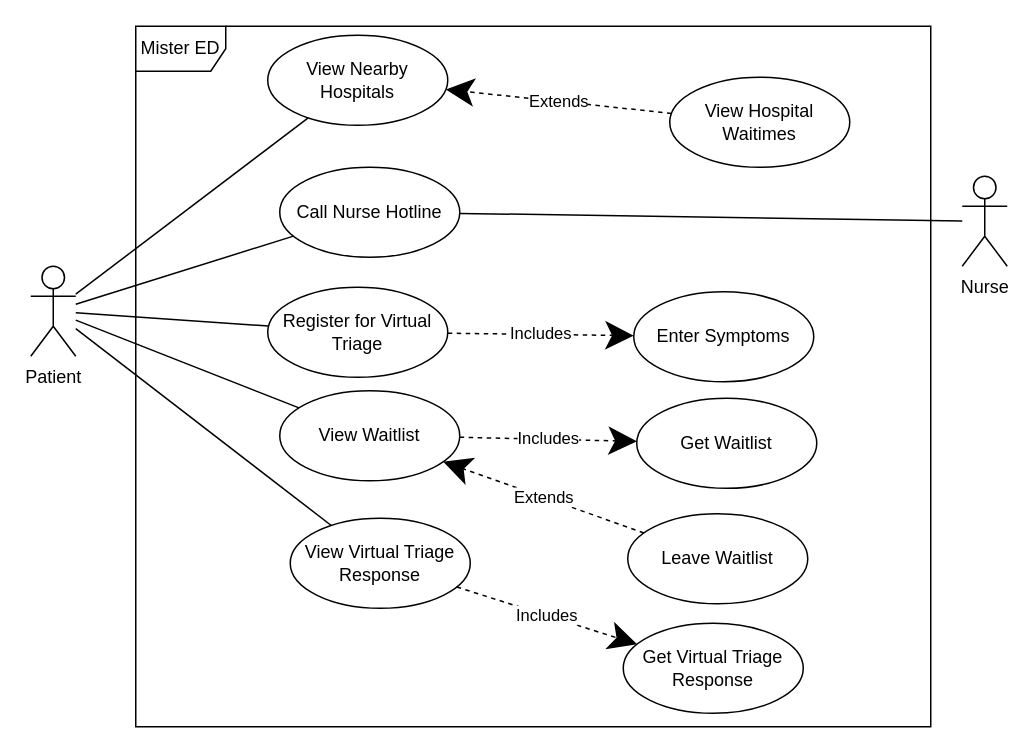
This is AmirWork/M3/PatientUseCaseDiagramV2.drawio from SENG-350-2024-fall/Team9, a draw.io file, before an edit. Source tidied: cells renumbered, new cells numbered last; positions are measured from the earlier drawing's top-left corner, leaving out a move shared by most shapes. Both pictures are drawn from the tidied source at 150%, with x=0, y=0 at pixel (30, 26).
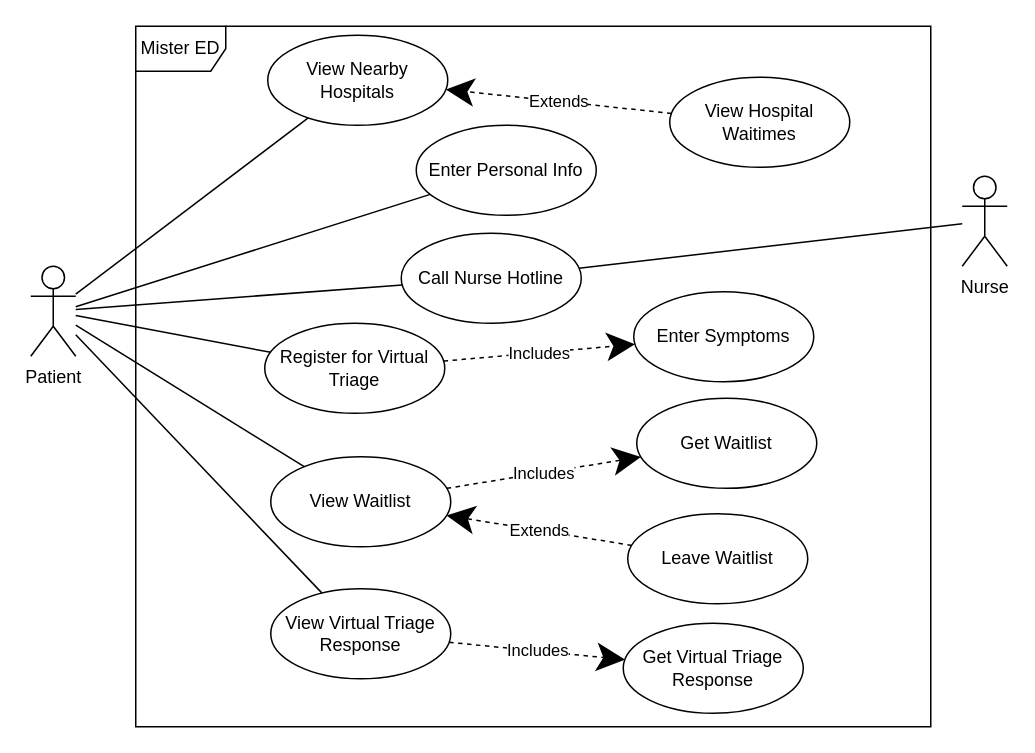
Above is the later version.

The edit, as a diff of the source:
```diff
@@
     <mxCell id="3" value="Call Nurse Hotline" style="ellipse;whiteSpace=wrap;html=1;" parent="1" vertex="1">
-      <mxGeometry x="166" y="94" width="120" height="60" as="geometry" />
+      <mxGeometry x="247" y="138" width="120" height="60" as="geometry" />
     </mxCell>
@@
     <mxCell id="7" value="Register for Virtual Triage" style="ellipse;whiteSpace=wrap;html=1;" parent="1" vertex="1">
-      <mxGeometry x="158" y="174" width="120" height="60" as="geometry" />
+      <mxGeometry x="156" y="198" width="120" height="60" as="geometry" />
     </mxCell>
@@
     <mxCell id="11" value="View Waitlist" style="ellipse;whiteSpace=wrap;html=1;" parent="1" vertex="1">
-      <mxGeometry x="166" y="243" width="120" height="60" as="geometry" />
+      <mxGeometry x="160" y="287" width="120" height="60" as="geometry" />
     </mxCell>
@@
     <mxCell id="16" value="View Virtual Triage Response" style="ellipse;whiteSpace=wrap;html=1;" parent="1" vertex="1">
-      <mxGeometry x="173" y="328" width="120" height="60" as="geometry" />
+      <mxGeometry x="160" y="375" width="120" height="60" as="geometry" />
     </mxCell>
@@
+    <mxCell id="26" style="rounded=0;jettySize=auto;html=1;endArrow=none;endFill=0;" parent="1" edge="1" source="27">
+      <mxGeometry relative="1" as="geometry">
+        <mxPoint x="30" y="187" as="targetPoint" />
+      </mxGeometry>
+    </mxCell>
+    <mxCell id="27" value="Enter Personal Info" style="ellipse;whiteSpace=wrap;html=1;" parent="1" vertex="1">
+      <mxGeometry x="257" y="66" width="120" height="60" as="geometry" />
+    </mxCell>
```
